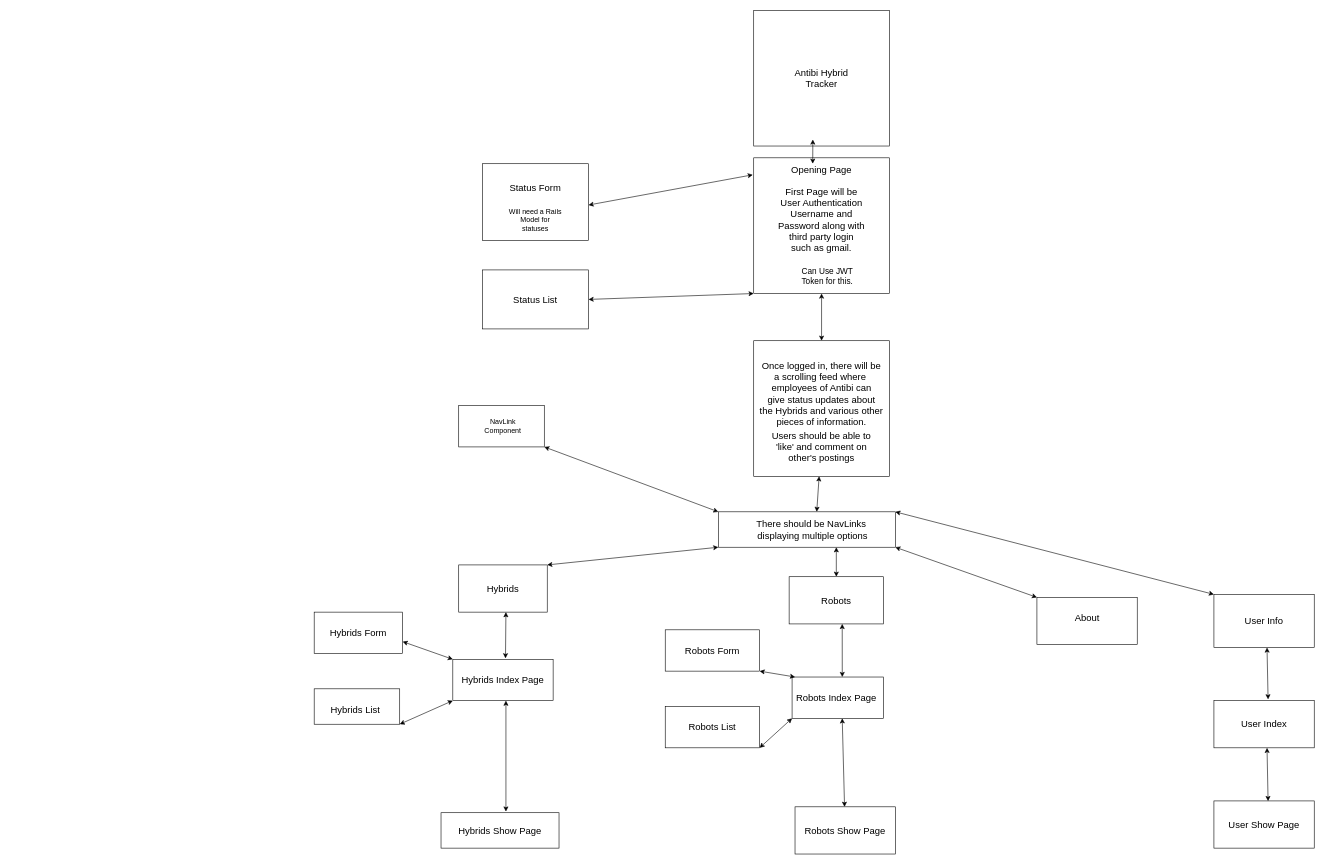
This is Untitled Diagram.drawio from AlexWaller1/a-react-app-example, a draw.io file, before an edit. Source tidied: cells renumbered, new cells numbered last; positions are measured from the earlier drawing's top-left corner, leaving out a move shared by most shapes. Both pictures are drawn from the tidied source at 59%, with x=0, y=0 at pixel (314, 10).
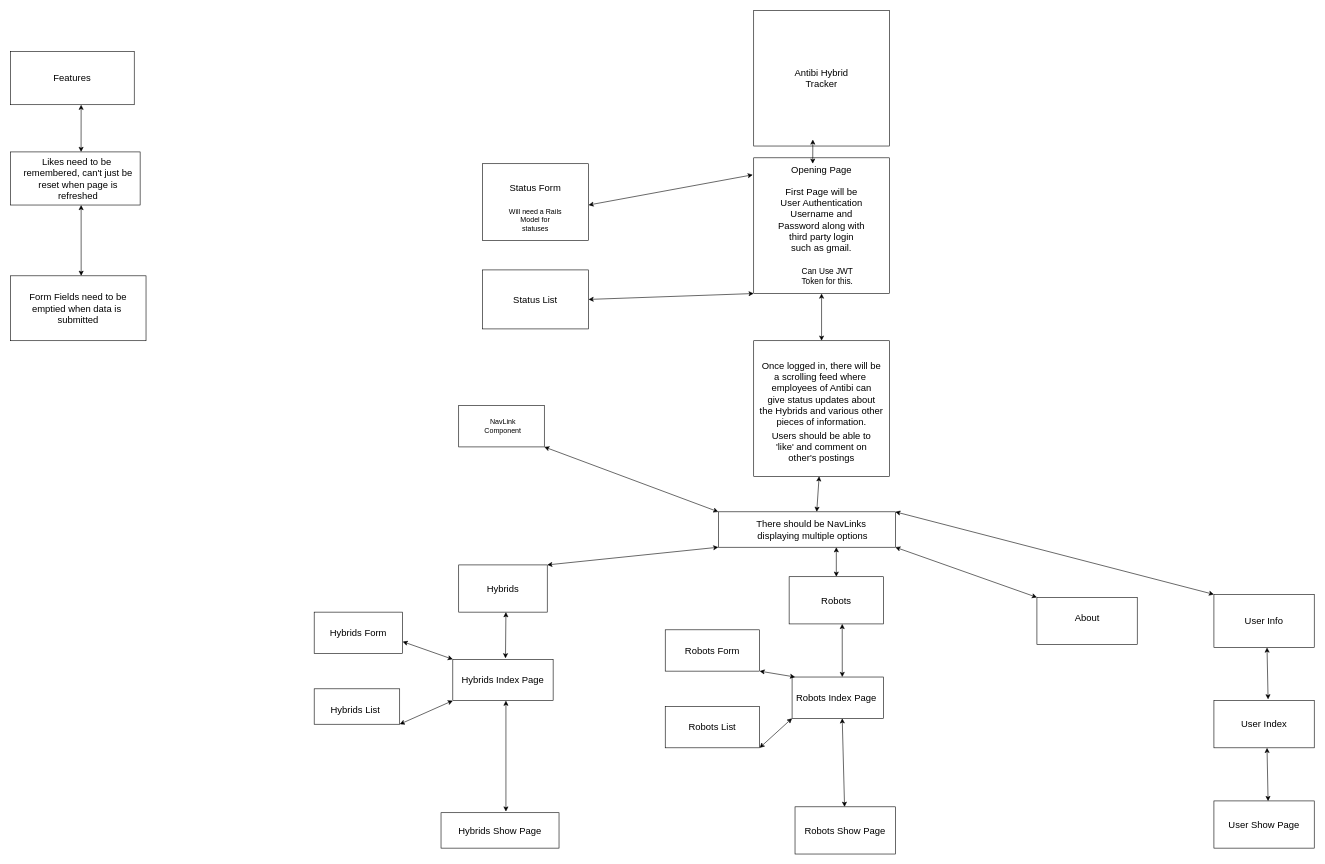
The same diagram, later.

The edit, as a diff of the source:
```diff
@@
+    <mxCell id="68" style="rounded=0;whiteSpace=wrap;html=1;" parent="1" vertex="1">
+      <mxGeometry x="-515" y="70" width="210" height="90" as="geometry" />
+    </mxCell>
+    <mxCell id="69" value="&lt;font style=&quot;font-size: 16px&quot;&gt;Features&lt;/font&gt;" style="text;html=1;strokeColor=none;fillColor=none;align=center;verticalAlign=middle;whiteSpace=wrap;rounded=0;" parent="1" vertex="1">
+      <mxGeometry x="-515" y="70" width="210" height="90" as="geometry" />
+    </mxCell>
+    <mxCell id="70" style="rounded=0;whiteSpace=wrap;html=1;" parent="1" vertex="1">
+      <mxGeometry x="-515" y="240" width="220" height="90" as="geometry" />
+    </mxCell>
+    <mxCell id="71" value="&lt;font style=&quot;font-size: 16px&quot;&gt;Likes need to be&amp;nbsp;&lt;br&gt;remembered, can't just be&lt;br&gt;reset when page is refreshed&lt;br&gt;&lt;/font&gt;" style="text;html=1;strokeColor=none;fillColor=none;align=center;verticalAlign=middle;whiteSpace=wrap;rounded=0;" parent="1" vertex="1">
+      <mxGeometry x="-495" y="240" width="190" height="90" as="geometry" />
+    </mxCell>
+    <mxCell id="72" style="rounded=0;whiteSpace=wrap;html=1;" parent="1" vertex="1">
+      <mxGeometry x="-515" y="450" width="230" height="110" as="geometry" />
+    </mxCell>
+    <mxCell id="73" value="&lt;font style=&quot;font-size: 16px&quot;&gt;Form Fields need to be&lt;br&gt;emptied when data is&amp;nbsp;&lt;br&gt;submitted&lt;br&gt;&lt;/font&gt;" style="text;html=1;strokeColor=none;fillColor=none;align=center;verticalAlign=middle;whiteSpace=wrap;rounded=0;" parent="1" vertex="1">
+      <mxGeometry x="-515" y="450" width="230" height="110" as="geometry" />
+    </mxCell>
+    <mxCell id="74" style="endArrow=classic;startArrow=classic;html=1;exitX=0.526;exitY=0;exitDx=0;exitDy=0;exitPerimeter=0;" parent="1" edge="1" source="71">
+      <mxGeometry relative="1" as="geometry">
+        <mxPoint x="-395" y="160" as="targetPoint" />
+      </mxGeometry>
+    </mxCell>
+    <mxCell id="75" style="endArrow=classic;startArrow=classic;html=1;exitX=0.522;exitY=0;exitDx=0;exitDy=0;exitPerimeter=0;" parent="1" edge="1" source="73">
+      <mxGeometry relative="1" as="geometry">
+        <mxPoint x="-395" y="330" as="targetPoint" />
+      </mxGeometry>
+    </mxCell>
```
